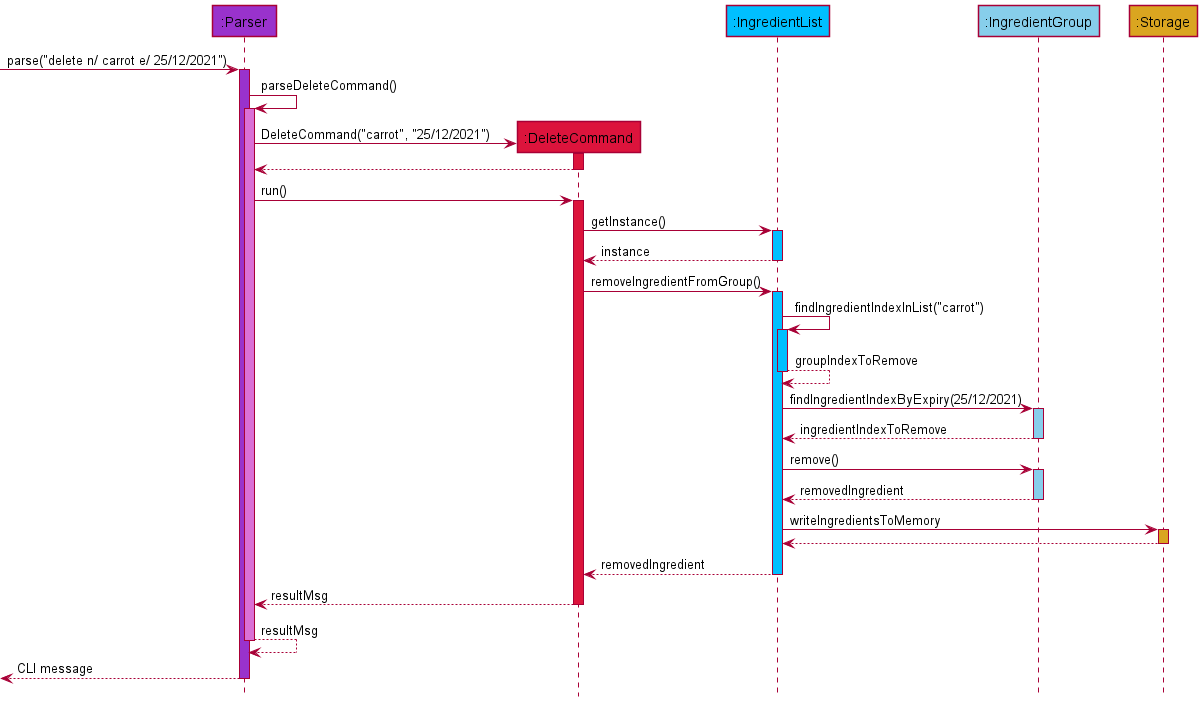
nus-cs2113-AY2122S1/tp keeps this PlantUML diagram as docs/images/DeleteSequenceDiagram.png. Above is the earlier version. Its diagram source:
```plantuml
@startuml
!include style.puml

Participant ":Parser" as parser PARSER_COLOUR
Participant ":DeleteCommand" as delete COMMAND_COLOUR
Participant ":IngredientList" as ingredient_list INGREDIENTLIST_COLOUR
Participant ":IngredientGroup" as ingredient_group INGREDIENTGROUP_COLOUR

Participant ":Storage" as storage STORAGE_COLOUR

-> parser : parse("delete n/ carrot e/ 25/12/2021")
activate parser PARSER_COLOUR

parser -> parser : parseDeleteCommand()
activate parser PARSER_COLOUR_S1

parser -> delete **: DeleteCommand("carrot", "25/12/2021")
activate delete COMMAND_COLOUR
return

parser -> delete : run()
activate delete COMMAND_COLOUR

delete -> ingredient_list : getInstance()
activate ingredient_list INGREDIENTLIST_COLOUR
return instance

delete -> ingredient_list : removeIngredientFromGroup()
activate ingredient_list INGREDIENTLIST_COLOUR

ingredient_list -> ingredient_list : findIngredientIndexInList("carrot")
activate ingredient_list INGREDIENTLIST_COLOUR
return groupIndexToRemove

ingredient_list -> ingredient_group : findIngredientIndexByExpiry(25/12/2021)
activate ingredient_group INGREDIENTGROUP_COLOUR
return ingredientIndexToRemove

ingredient_list -> ingredient_group : remove()
activate ingredient_group INGREDIENTGROUP_COLOUR
return removedIngredient

ingredient_list -> storage : writeIngredientsToMemory
activate storage STORAGE_COLOUR
return

return removedIngredient

return resultMsg

return resultMsg

return CLI message

@enduml
```
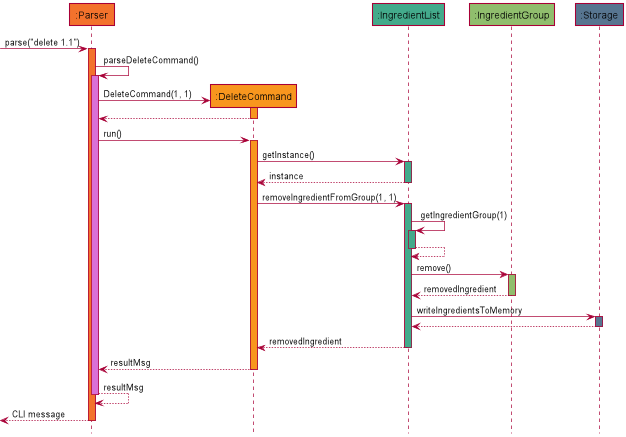
Above is the later version.

Commit message:
Fix delete sequence diagram

The edit, as a diff of the source:
```diff
@@ -8,13 +8,13 @@
 
 Participant ":Storage" as storage STORAGE_COLOUR
 
--> parser : parse("delete n/ carrot e/ 25/12/2021")
+-> parser : parse("delete 1.1")
 activate parser PARSER_COLOUR
 
 parser -> parser : parseDeleteCommand()
 activate parser PARSER_COLOUR_S1
 
-parser -> delete **: DeleteCommand("carrot", "25/12/2021")
+parser -> delete **: DeleteCommand(1, 1)
 activate delete COMMAND_COLOUR
 return
 
@@ -25,16 +25,12 @@
 activate ingredient_list INGREDIENTLIST_COLOUR
 return instance
 
-delete -> ingredient_list : removeIngredientFromGroup()
+delete -> ingredient_list : removeIngredientFromGroup(1, 1)
 activate ingredient_list INGREDIENTLIST_COLOUR
 
-ingredient_list -> ingredient_list : findIngredientIndexInList("carrot")
+ingredient_list -> ingredient_list : getIngredientGroup(1)
 activate ingredient_list INGREDIENTLIST_COLOUR
-return groupIndexToRemove
-
-ingredient_list -> ingredient_group : findIngredientIndexByExpiry(25/12/2021)
-activate ingredient_group INGREDIENTGROUP_COLOUR
-return ingredientIndexToRemove
+return
 
 ingredient_list -> ingredient_group : remove()
 activate ingredient_group INGREDIENTGROUP_COLOUR
```
